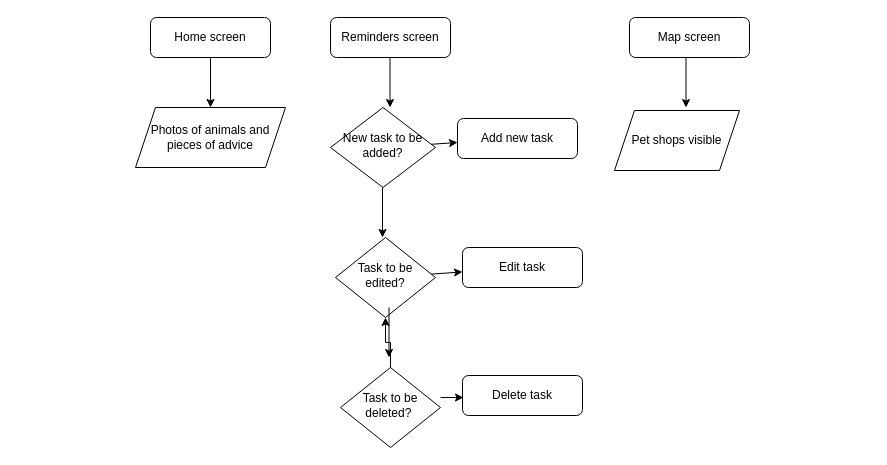
Earlier version of the draw.io diagram Untitled Diagram.drawio (MiraPatleeva/Hybrid-mobile-apps). Source tidied: cells renumbered, new cells numbered last; positions are measured from the earlier drawing's top-left corner, leaving out a move shared by most shapes. Both pictures are drawn from the tidied source at 100%, with x=0, y=0 at pixel (135, 17).
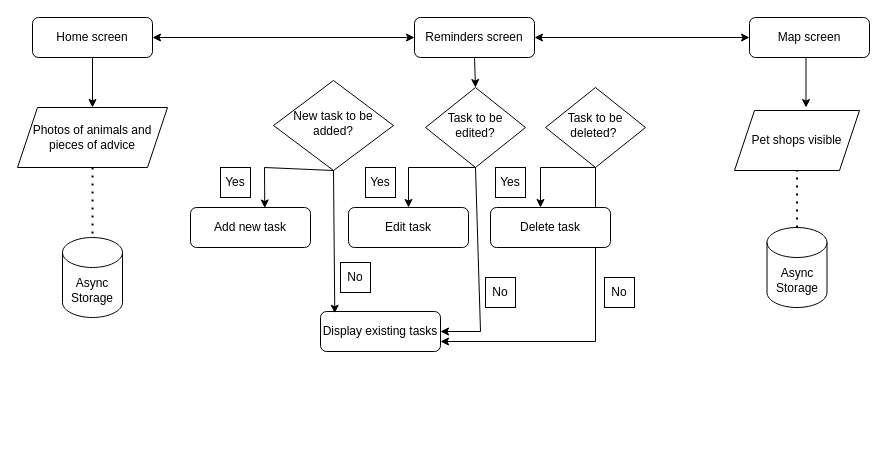
The same page after the edit.

Diff of the diagram source:
```diff
@@
     <mxCell id="3" value="Home screen" style="rounded=1;whiteSpace=wrap;html=1;fontSize=12;glass=0;strokeWidth=1;shadow=0;" parent="1" vertex="1">
-      <mxGeometry x="15" width="120" height="40" as="geometry" />
+      <mxGeometry x="-103" width="120" height="40" as="geometry" />
     </mxCell>
     <mxCell id="4" value="Photos of animals and pieces of advice" style="shape=parallelogram;perimeter=parallelogramPerimeter;whiteSpace=wrap;html=1;fixedSize=1;" parent="1" vertex="1">
-      <mxGeometry y="90" width="150" height="60" as="geometry" />
+      <mxGeometry x="-118" y="90" width="150" height="60" as="geometry" />
     </mxCell>
     <mxCell id="5" value="Reminders screen" style="rounded=1;whiteSpace=wrap;html=1;fontSize=12;glass=0;strokeWidth=1;shadow=0;" parent="1" vertex="1">
-      <mxGeometry x="195" width="120" height="40" as="geometry" />
+      <mxGeometry x="279" width="120" height="40" as="geometry" />
     </mxCell>
     <mxCell id="6" value="New task to be added?" style="rhombus;whiteSpace=wrap;html=1;shadow=0;fontFamily=Helvetica;fontSize=12;align=center;strokeWidth=1;spacing=6;spacingTop=-4;" parent="1" vertex="1">
-      <mxGeometry x="195" y="90" width="105" height="80" as="geometry" />
+      <mxGeometry x="138" y="63" width="120" height="90" as="geometry" />
     </mxCell>
     <mxCell id="7" value="Task to be edited?" style="rhombus;whiteSpace=wrap;html=1;shadow=0;fontFamily=Helvetica;fontSize=12;align=center;strokeWidth=1;spacing=6;spacingTop=-4;" parent="1" vertex="1">
-      <mxGeometry x="200" y="220" width="100" height="80" as="geometry" />
+      <mxGeometry x="290" y="70" width="100" height="80" as="geometry" />
     </mxCell>
-    <mxCell id="8" style="edgeStyle=orthogonalEdgeStyle;rounded=0;jettySize=auto;html=1;" parent="1" edge="1" source="9" target="7">
-      <mxGeometry relative="1" as="geometry" />
-    </mxCell>
+    <mxCell id="22" style="edgeStyle=orthogonalEdgeStyle;rounded=0;jettySize=auto;html=1;exitX=0.5;exitY=1;exitDx=0;exitDy=0;entryX=1;entryY=0.75;entryDx=0;entryDy=0;" parent="1" edge="1" source="9" target="23">
+      <mxGeometry relative="1" as="geometry" />
+    </mxCell>
     <mxCell id="9" value="Task to be deleted?&amp;nbsp;" style="rhombus;whiteSpace=wrap;html=1;shadow=0;fontFamily=Helvetica;fontSize=12;align=center;strokeWidth=1;spacing=6;spacingTop=-4;" parent="1" vertex="1">
-      <mxGeometry x="205" y="350" width="100" height="80" as="geometry" />
+      <mxGeometry x="410" y="70" width="100" height="80" as="geometry" />
     </mxCell>
     <mxCell id="10" value="Map screen" style="rounded=1;whiteSpace=wrap;html=1;fontSize=12;glass=0;strokeWidth=1;shadow=0;" parent="1" vertex="1">
-      <mxGeometry x="494" width="120" height="40" as="geometry" />
+      <mxGeometry x="614" width="120" height="40" as="geometry" />
     </mxCell>
     <mxCell id="11" value="Pet shops visible" style="shape=parallelogram;perimeter=parallelogramPerimeter;whiteSpace=wrap;html=1;fixedSize=1;" parent="1" vertex="1">
-      <mxGeometry x="479" y="93" width="125" height="60" as="geometry" />
+      <mxGeometry x="599" y="93" width="125" height="60" as="geometry" />
     </mxCell>
     <mxCell id="12" value="Add new task" style="rounded=1;whiteSpace=wrap;html=1;fontSize=12;glass=0;strokeWidth=1;shadow=0;" parent="1" vertex="1">
-      <mxGeometry x="322" y="101" width="120" height="40" as="geometry" />
+      <mxGeometry x="55" y="190" width="120" height="40" as="geometry" />
     </mxCell>
     <mxCell id="13" value="Edit task" style="rounded=1;whiteSpace=wrap;html=1;fontSize=12;glass=0;strokeWidth=1;shadow=0;" parent="1" vertex="1">
-      <mxGeometry x="327" y="230" width="120" height="40" as="geometry" />
+      <mxGeometry x="213" y="190" width="120" height="40" as="geometry" />
     </mxCell>
     <mxCell id="14" value="Delete task" style="rounded=1;whiteSpace=wrap;html=1;fontSize=12;glass=0;strokeWidth=1;shadow=0;" parent="1" vertex="1">
-      <mxGeometry x="327" y="358" width="120" height="40" as="geometry" />
+      <mxGeometry x="355" y="190" width="120" height="40" as="geometry" />
     </mxCell>
-    <mxCell id="15" style="edgeStyle=orthogonalEdgeStyle;rounded=0;orthogonalLoop=1;jettySize=auto;html=1;" parent="1" edge="1">
-      <mxGeometry relative="1" as="geometry">
-        <mxPoint x="254.5" y="40" as="sourcePoint" />
-        <mxPoint x="254.5" y="90" as="targetPoint" />
-        <Array as="points">
-          <mxPoint x="254.5" y="80" />
-          <mxPoint x="254.5" y="80" />
-        </Array>
-      </mxGeometry>
-    </mxCell>
     <mxCell id="16" style="edgeStyle=orthogonalEdgeStyle;rounded=0;orthogonalLoop=1;jettySize=auto;html=1;" parent="1" edge="1">
       <mxGeometry relative="1" as="geometry">
-        <mxPoint x="550.5" y="40" as="sourcePoint" />
-        <mxPoint x="550.5" y="90" as="targetPoint" />
+        <mxPoint x="670.5" y="40" as="sourcePoint" />
+        <mxPoint x="670.5" y="90" as="targetPoint" />
       </mxGeometry>
     </mxCell>
-    <mxCell id="17" style="edgeStyle=orthogonalEdgeStyle;rounded=0;orthogonalLoop=1;jettySize=auto;html=1;" parent="1" edge="1">
-      <mxGeometry relative="1" as="geometry">
-        <mxPoint x="247" y="170" as="sourcePoint" />
-        <mxPoint x="247" y="220" as="targetPoint" />
-        <Array as="points">
-          <mxPoint x="247" y="210" />
-          <mxPoint x="247" y="210" />
-        </Array>
-      </mxGeometry>
-    </mxCell>
-    <mxCell id="18" style="edgeStyle=orthogonalEdgeStyle;rounded=0;orthogonalLoop=1;jettySize=auto;html=1;" parent="1" edge="1">
-      <mxGeometry relative="1" as="geometry">
-        <mxPoint x="253.5" y="290" as="sourcePoint" />
-        <mxPoint x="253.5" y="340" as="targetPoint" />
-        <Array as="points">
-          <mxPoint x="253.5" y="330" />
-          <mxPoint x="253.5" y="330" />
-        </Array>
-      </mxGeometry>
-    </mxCell>
+    <mxCell id="23" value="Display existing tasks" style="rounded=1;whiteSpace=wrap;html=1;fontSize=12;glass=0;strokeWidth=1;shadow=0;" parent="1" vertex="1">
+      <mxGeometry x="185" y="294" width="120" height="40" as="geometry" />
+    </mxCell>
+    <mxCell id="20" style="endArrow=classic;html=1;rounded=0;exitX=0.5;exitY=1;exitDx=0;exitDy=0;entryX=0.619;entryY=0.012;entryDx=0;entryDy=0;entryPerimeter=0;" parent="1" edge="1" source="6" target="12">
+      <mxGeometry relative="1" as="geometry">
+        <Array as="points">
+          <mxPoint x="129" y="150" />
+        </Array>
+      </mxGeometry>
+    </mxCell>
+    <mxCell id="24" style="endArrow=classic;html=1;rounded=0;exitX=0.5;exitY=1;exitDx=0;exitDy=0;entryX=0.119;entryY=0.043;entryDx=0;entryDy=0;entryPerimeter=0;" parent="1" edge="1" source="6" target="23">
+      <mxGeometry relative="1" as="geometry" />
+    </mxCell>
-    <mxCell id="19" style="endArrow=classic;html=1;rounded=0;" parent="1" edge="1" source="7" target="13">
-      <mxGeometry relative="1" as="geometry" />
+    <mxCell id="19" style="endArrow=classic;html=1;rounded=0;exitX=0.5;exitY=1;exitDx=0;exitDy=0;entryX=0.5;entryY=0;entryDx=0;entryDy=0;" parent="1" edge="1" source="7" target="13">
+      <mxGeometry relative="1" as="geometry">
+        <Array as="points">
+          <mxPoint x="273" y="150" />
+        </Array>
+      </mxGeometry>
     </mxCell>
-    <mxCell id="20" style="endArrow=classic;html=1;rounded=0;" parent="1" edge="1" source="6" target="12">
-      <mxGeometry relative="1" as="geometry" />
-    </mxCell>
-    <mxCell id="21" style="endArrow=classic;html=1;rounded=0;" parent="1" edge="1">
-      <mxGeometry relative="1" as="geometry">
-        <mxPoint x="305" y="380" as="sourcePoint" />
-        <mxPoint x="328" y="380" as="targetPoint" />
-      </mxGeometry>
-    </mxCell>
+    <mxCell id="25" style="endArrow=classic;html=1;rounded=0;entryX=1;entryY=0.5;entryDx=0;entryDy=0;exitX=0.5;exitY=1;exitDx=0;exitDy=0;" parent="1" edge="1" source="7" target="23">
+      <mxGeometry relative="1" as="geometry">
+        <Array as="points">
+          <mxPoint x="345" y="314" />
+        </Array>
+      </mxGeometry>
+    </mxCell>
+    <mxCell id="26" style="endArrow=classic;html=1;rounded=0;exitX=0.5;exitY=1;exitDx=0;exitDy=0;" parent="1" edge="1" source="9">
+      <mxGeometry relative="1" as="geometry">
+        <mxPoint x="405" y="190" as="targetPoint" />
+        <Array as="points">
+          <mxPoint x="405" y="150" />
+        </Array>
+      </mxGeometry>
+    </mxCell>
+    <mxCell id="27" style="endArrow=classic;html=1;rounded=0;exitX=0.5;exitY=1;exitDx=0;exitDy=0;entryX=0.5;entryY=0;entryDx=0;entryDy=0;" parent="1" edge="1" source="5" target="7">
+      <mxGeometry relative="1" as="geometry" />
+    </mxCell>
+    <mxCell id="28" style="endArrow=none;dashed=1;html=1;dashPattern=1 3;strokeWidth=2;rounded=0;exitX=0.5;exitY=1;exitDx=0;exitDy=0;" parent="1" edge="1" source="4">
+      <mxGeometry relative="1" as="geometry">
+        <mxPoint x="-43" y="220" as="targetPoint" />
+      </mxGeometry>
+    </mxCell>
+    <mxCell id="29" value="Async&lt;div&gt;Storage&lt;/div&gt;" style="shape=cylinder3;whiteSpace=wrap;html=1;boundedLbl=1;backgroundOutline=1;size=15;" parent="1" vertex="1">
+      <mxGeometry x="-73" y="220" width="60" height="80" as="geometry" />
+    </mxCell>
+    <mxCell id="30" value="Async&lt;div&gt;Storage&lt;/div&gt;" style="shape=cylinder3;whiteSpace=wrap;html=1;boundedLbl=1;backgroundOutline=1;size=15;" parent="1" vertex="1">
+      <mxGeometry x="631.5" y="210" width="60" height="80" as="geometry" />
+    </mxCell>
+    <mxCell id="31" style="endArrow=none;dashed=1;html=1;dashPattern=1 3;strokeWidth=2;rounded=0;entryX=0.5;entryY=1;entryDx=0;entryDy=0;exitX=0.5;exitY=0;exitDx=0;exitDy=0;exitPerimeter=0;" parent="1" edge="1" source="30" target="11">
+      <mxGeometry relative="1" as="geometry" />
+    </mxCell>
+    <mxCell id="32" style="endArrow=classic;startArrow=classic;html=1;rounded=0;exitX=1;exitY=0.5;exitDx=0;exitDy=0;entryX=0;entryY=0.5;entryDx=0;entryDy=0;" parent="1" edge="1" source="5" target="10">
+      <mxGeometry relative="1" as="geometry" />
+    </mxCell>
+    <mxCell id="33" style="endArrow=classic;startArrow=classic;html=1;rounded=0;exitX=1;exitY=0.5;exitDx=0;exitDy=0;entryX=0;entryY=0.5;entryDx=0;entryDy=0;" parent="1" edge="1" source="3" target="5">
+      <mxGeometry relative="1" as="geometry" />
+    </mxCell>
+    <mxCell id="34" value="Yes" style="whiteSpace=wrap;html=1;" parent="1" vertex="1">
+      <mxGeometry x="85" y="150" width="30" height="30" as="geometry" />
+    </mxCell>
+    <mxCell id="35" value="No" style="whiteSpace=wrap;html=1;" parent="1" vertex="1">
+      <mxGeometry x="469" y="260" width="30" height="30" as="geometry" />
+    </mxCell>
+    <mxCell id="36" value="No" style="whiteSpace=wrap;html=1;" parent="1" vertex="1">
+      <mxGeometry x="350" y="260" width="30" height="30" as="geometry" />
+    </mxCell>
+    <mxCell id="37" value="No" style="whiteSpace=wrap;html=1;" parent="1" vertex="1">
+      <mxGeometry x="205" y="245" width="30" height="30" as="geometry" />
+    </mxCell>
+    <mxCell id="38" value="Yes" style="whiteSpace=wrap;html=1;" parent="1" vertex="1">
+      <mxGeometry x="360" y="150" width="30" height="30" as="geometry" />
+    </mxCell>
+    <mxCell id="39" value="Yes" style="whiteSpace=wrap;html=1;" parent="1" vertex="1">
+      <mxGeometry x="230" y="150" width="30" height="30" as="geometry" />
+    </mxCell>
```
